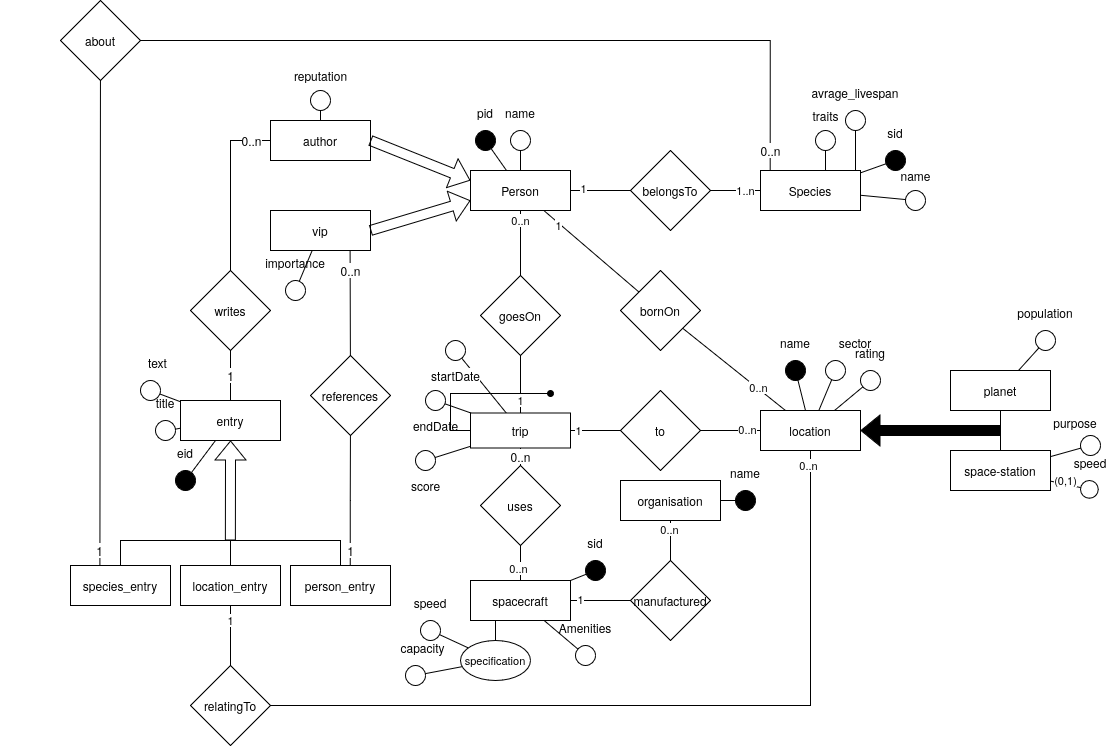
Before: hhgttg-diagramm.drawio.png, a diagram exported from draw.io (MassimiIiano/hhgttg-db). Source tidied: cells renumbered, new cells last; positions are measured from the earlier drawing's top-left corner, leaving out a move shared by most shapes.
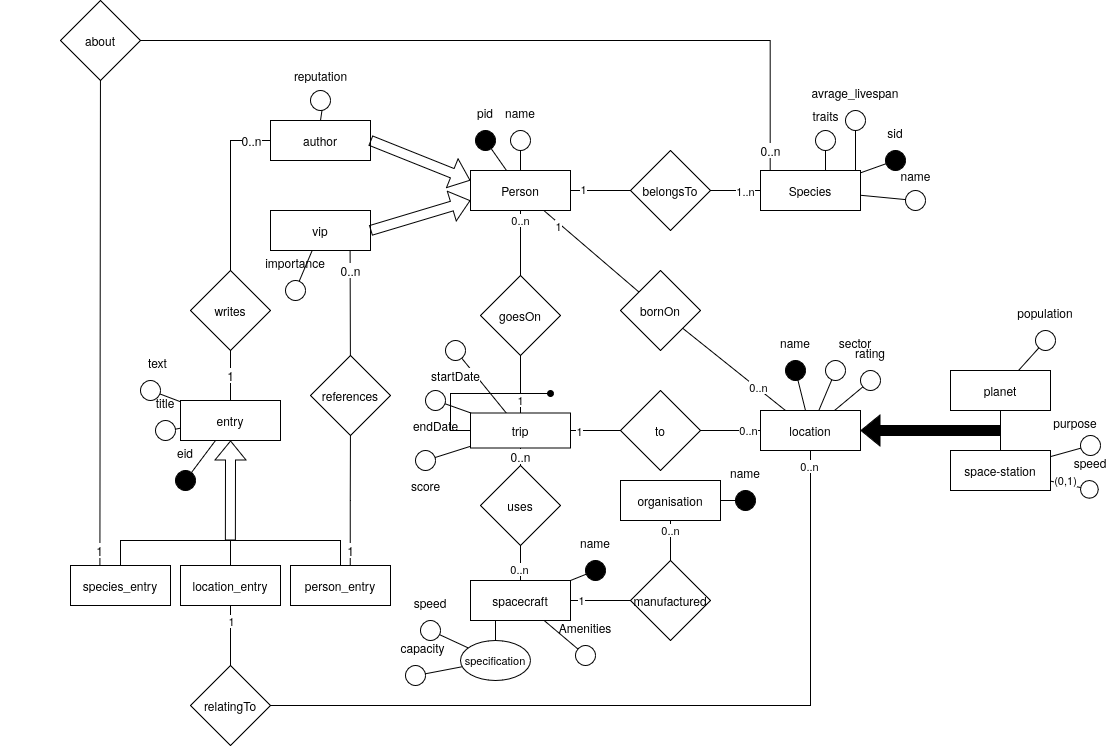
The same diagram one commit later.

What changed in the source:
```diff
@@ -299,7 +299,7 @@
     <mxCell id="94" value="about" style="rhombus;whiteSpace=wrap;html=1;rounded=0;" parent="1" vertex="1">
       <mxGeometry x="60" width="80" height="80" as="geometry" />
     </mxCell>
-    <mxCell id="95" value="sid" style="group;" parent="1" vertex="1">
+    <mxCell id="95" value="name" style="group;" parent="1" vertex="1">
       <mxGeometry x="570" y="530" width="50" height="50" as="geometry" />
     </mxCell>
     <mxCell id="96" style="ellipse;whiteSpace=wrap;html=1;rounded=0;strokeColor=default;align=center;verticalAlign=middle;fontFamily=Helvetica;fontSize=12;fontColor=default;labelBackgroundColor=default;fillColor=#000000;" parent="95" vertex="1">
```
